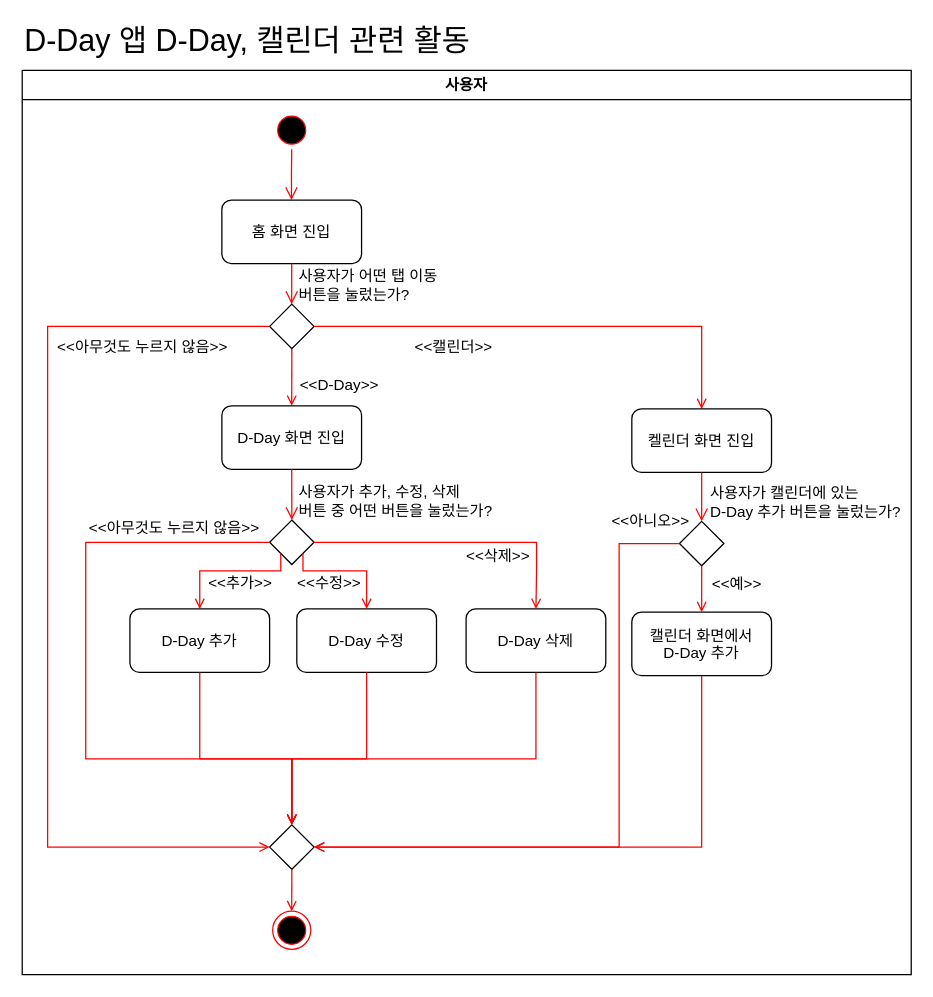
This is activity diagram - d-day+calender.drawio from baechuTree/softwareEngineering, a draw.io file, before an edit. Source tidied: cells renumbered, new cells numbered last; positions are measured from the earlier drawing's top-left corner, leaving out a move shared by most shapes. Both pictures are drawn from the tidied source at 127%, with x=0, y=0 at pixel (22, 22).
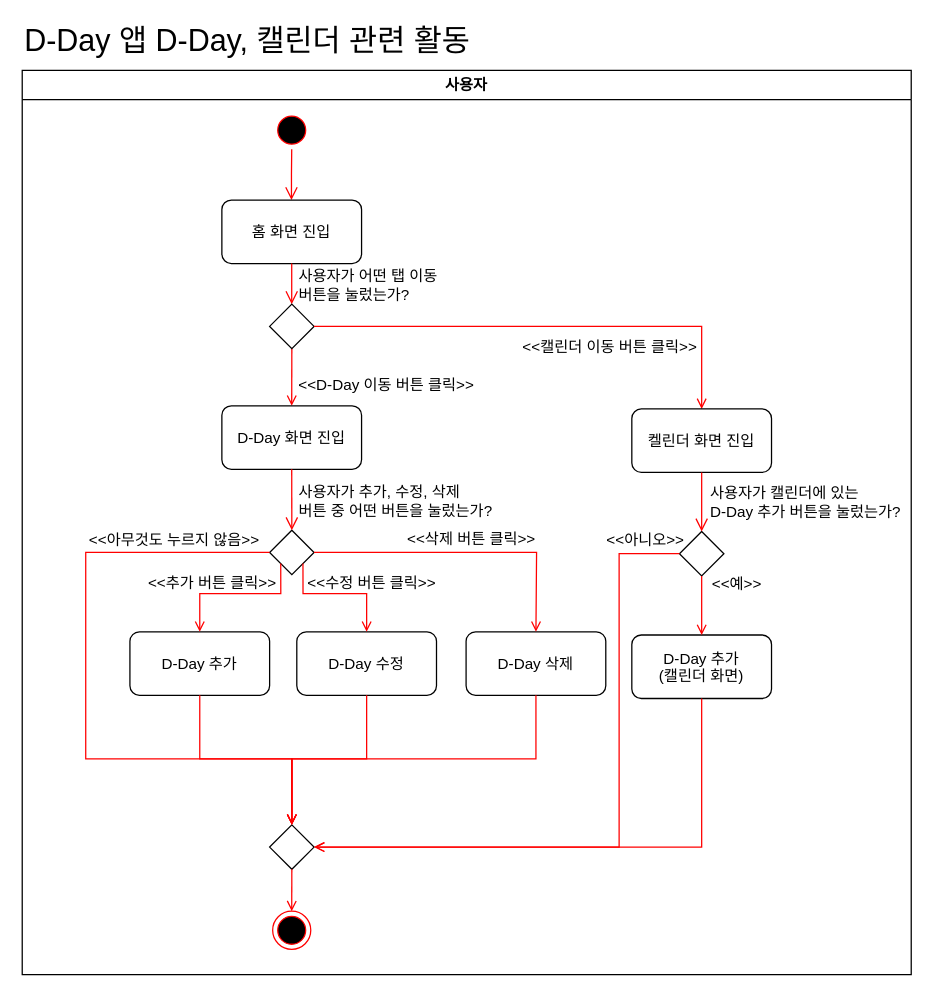
The same page after the edit.

The change refers to these unchanged cells:
```xml
<mxCell id="2" value="사용자" style="swimlane;whiteSpace=wrap;startSize=23;" parent="1" vertex="1">
  <mxGeometry y="38" width="700" height="712" as="geometry" />
</mxCell>
<mxCell id="11" style="rhombus;whiteSpace=wrap;html=1;" parent="2" vertex="1">
  <mxGeometry x="194.8" y="184" width="35" height="35" as="geometry" />
</mxCell>
<mxCell id="15" style="rhombus;whiteSpace=wrap;html=1;" parent="2" vertex="1">
  <mxGeometry x="194.8" y="594" width="35" height="35" as="geometry" />
</mxCell>
```

What changed in the source:
```diff
@@
-    <mxCell id="8" value="&amp;lt;&amp;lt;캘린더&amp;gt;&amp;gt;" style="text;html=1;align=center;verticalAlign=middle;whiteSpace=wrap;rounded=0;" parent="2" vertex="1">
-      <mxGeometry x="294.5" y="203" width="90" height="30" as="geometry" />
+    <mxCell id="8" value="&amp;lt;&amp;lt;캘린더 이동 버튼 클릭&amp;gt;&amp;gt;" style="text;html=1;align=center;verticalAlign=middle;whiteSpace=wrap;rounded=0;" parent="2" vertex="1">
+      <mxGeometry x="390" y="203" width="145.5" height="30" as="geometry" />
     </mxCell>
-    <mxCell id="9" value="&amp;lt;&amp;lt;D-Day&amp;gt;&amp;gt;" style="text;html=1;align=center;verticalAlign=middle;whiteSpace=wrap;rounded=0;" parent="2" vertex="1">
-      <mxGeometry x="204.5" y="233" width="90" height="30" as="geometry" />
-    </mxCell>
@@
-    <mxCell id="16" style="endArrow=open;strokeColor=#FF0000;endFill=1;rounded=0;entryX=0;entryY=0.5;entryDx=0;entryDy=0;exitX=0;exitY=0.5;exitDx=0;exitDy=0;edgeStyle=orthogonalEdgeStyle;" parent="2" edge="1" source="11" target="15">
-      <mxGeometry relative="1" as="geometry">
-        <Array as="points">
-          <mxPoint x="20" y="201" />
-          <mxPoint x="20" y="612" />
-          <mxPoint x="195" y="612" />
-        </Array>
-      </mxGeometry>
-    </mxCell>
     <mxCell id="17" style="rhombus;whiteSpace=wrap;html=1;" parent="2" vertex="1">
-      <mxGeometry x="194.8" y="354" width="35" height="35" as="geometry" />
+      <mxGeometry x="194.8" y="362" width="35" height="35" as="geometry" />
     </mxCell>
@@
     <mxCell id="19" value="D-Day 추가" style="rounded=1;" parent="2" vertex="1">
-      <mxGeometry x="84.8" y="424" width="110" height="50" as="geometry" />
+      <mxGeometry x="84.8" y="442" width="110" height="50" as="geometry" />
     </mxCell>
     <mxCell id="20" value="D-Day 수정" style="rounded=1;" parent="2" vertex="1">
-      <mxGeometry x="216.2" y="424" width="110" height="50" as="geometry" />
+      <mxGeometry x="216.2" y="442" width="110" height="50" as="geometry" />
     </mxCell>
     <mxCell id="21" value="D-Day 삭제" style="rounded=1;" parent="2" vertex="1">
-      <mxGeometry x="349.5" y="424" width="110" height="50" as="geometry" />
+      <mxGeometry x="349.5" y="442" width="110" height="50" as="geometry" />
     </mxCell>
     <mxCell id="22" style="endArrow=open;strokeColor=#FF0000;endFill=1;rounded=0;entryX=0.5;entryY=0;entryDx=0;entryDy=0;edgeStyle=orthogonalEdgeStyle;exitX=0;exitY=1;exitDx=0;exitDy=0;" parent="2" edge="1" source="17" target="19">
       <mxGeometry relative="1" as="geometry">
         <Array as="points">
-          <mxPoint x="204" y="394" />
-          <mxPoint x="140" y="394" />
+          <mxPoint x="203" y="412" />
+          <mxPoint x="140" y="412" />
         </Array>
       </mxGeometry>
     </mxCell>
     <mxCell id="23" style="endArrow=open;strokeColor=#FF0000;endFill=1;rounded=0;entryX=0.5;entryY=0;entryDx=0;entryDy=0;edgeStyle=orthogonalEdgeStyle;exitX=1;exitY=1;exitDx=0;exitDy=0;" parent="2" edge="1" source="17" target="20">
       <mxGeometry relative="1" as="geometry">
         <Array as="points">
-          <mxPoint x="221" y="394" />
-          <mxPoint x="271" y="394" />
-          <mxPoint x="271" y="424" />
+          <mxPoint x="221" y="412" />
+          <mxPoint x="271" y="412" />
         </Array>
       </mxGeometry>
     </mxCell>
     <mxCell id="24" style="endArrow=open;strokeColor=#FF0000;endFill=1;rounded=0;entryX=0.5;entryY=0;entryDx=0;entryDy=0;edgeStyle=orthogonalEdgeStyle;exitX=1;exitY=0.5;exitDx=0;exitDy=0;" parent="2" edge="1" source="17" target="21">
       <mxGeometry relative="1" as="geometry">
         <Array as="points">
-          <mxPoint x="405" y="372" />
-          <mxPoint x="405" y="394" />
+          <mxPoint x="405" y="380" />
+          <mxPoint x="405" y="380" />
         </Array>
       </mxGeometry>
     </mxCell>
     <mxCell id="25" style="endArrow=open;strokeColor=#FF0000;endFill=1;rounded=0;edgeStyle=orthogonalEdgeStyle;exitX=0;exitY=0.5;exitDx=0;exitDy=0;entryX=0.5;entryY=0;entryDx=0;entryDy=0;" parent="2" edge="1" source="17" target="15">
       <mxGeometry relative="1" as="geometry">
         <Array as="points">
-          <mxPoint x="50" y="372" />
+          <mxPoint x="50" y="380" />
           <mxPoint x="50" y="542" />
           <mxPoint x="212" y="542" />
         </Array>
       </mxGeometry>
     </mxCell>
     <mxCell id="26" value="&amp;lt;&amp;lt;아무것도 누르지 않음&amp;gt;&amp;gt;" style="text;html=1;align=center;verticalAlign=middle;whiteSpace=wrap;rounded=0;" parent="2" vertex="1">
-      <mxGeometry x="44.8" y="346" width="150" height="30" as="geometry" />
+      <mxGeometry x="44.8" y="355" width="150" height="30" as="geometry" />
     </mxCell>
-    <mxCell id="27" value="&amp;lt;&amp;lt;추가&amp;gt;&amp;gt;" style="text;html=1;align=center;verticalAlign=middle;whiteSpace=wrap;rounded=0;" parent="2" vertex="1">
-      <mxGeometry x="140.2" y="389" width="64.2" height="30" as="geometry" />
+    <mxCell id="27" value="&amp;lt;&amp;lt;추가 버튼 클릭&amp;gt;&amp;gt;" style="text;html=1;align=center;verticalAlign=middle;whiteSpace=wrap;rounded=0;" parent="2" vertex="1">
+      <mxGeometry x="94.8" y="389" width="109.8" height="30" as="geometry" />
     </mxCell>
-    <mxCell id="28" value="&amp;lt;&amp;lt;수정&amp;gt;&amp;gt;" style="text;html=1;align=center;verticalAlign=middle;whiteSpace=wrap;rounded=0;" parent="2" vertex="1">
-      <mxGeometry x="209.5" y="389" width="64.2" height="30" as="geometry" />
+    <mxCell id="28" value="&amp;lt;&amp;lt;수정 버튼 클릭&amp;gt;&amp;gt;" style="text;html=1;align=center;verticalAlign=middle;whiteSpace=wrap;rounded=0;" parent="2" vertex="1">
+      <mxGeometry x="220" y="389" width="110.5" height="30" as="geometry" />
     </mxCell>
-    <mxCell id="29" value="&amp;lt;&amp;lt;삭제&amp;gt;&amp;gt;" style="text;html=1;align=center;verticalAlign=middle;whiteSpace=wrap;rounded=0;" parent="2" vertex="1">
-      <mxGeometry x="342.5" y="368" width="64.2" height="30" as="geometry" />
+    <mxCell id="29" value="&amp;lt;&amp;lt;삭제 버튼 클릭&amp;gt;&amp;gt;" style="text;html=1;align=center;verticalAlign=middle;whiteSpace=wrap;rounded=0;" parent="2" vertex="1">
+      <mxGeometry x="300" y="354" width="107.5" height="30" as="geometry" />
     </mxCell>
@@
-    <mxCell id="36" value="&amp;lt;&amp;lt;아무것도 누르지 않음&amp;gt;&amp;gt;" style="text;html=1;align=center;verticalAlign=middle;whiteSpace=wrap;rounded=0;" parent="2" vertex="1">
-      <mxGeometry x="20" y="203" width="150" height="30" as="geometry" />
-    </mxCell>
     <mxCell id="37" style="rhombus;whiteSpace=wrap;html=1;" parent="2" vertex="1">
-      <mxGeometry x="517.5" y="355" width="35" height="35" as="geometry" />
+      <mxGeometry x="517.5" y="363" width="35" height="35" as="geometry" />
     </mxCell>
@@
     <mxCell id="40" style="endArrow=open;strokeColor=#FF0000;endFill=1;rounded=0;entryX=1;entryY=0.5;entryDx=0;entryDy=0;exitX=0;exitY=0.5;exitDx=0;exitDy=0;edgeStyle=orthogonalEdgeStyle;" parent="2" edge="1" source="37" target="15">
       <mxGeometry relative="1" as="geometry">
         <Array as="points">
-          <mxPoint x="470" y="373" />
-          <mxPoint x="470" y="611" />
+          <mxPoint x="470" y="380" />
+          <mxPoint x="470" y="612" />
         </Array>
       </mxGeometry>
     </mxCell>
     <mxCell id="41" value="&amp;lt;&amp;lt;아니오&amp;gt;&amp;gt;" style="text;html=1;align=center;verticalAlign=middle;whiteSpace=wrap;rounded=0;" parent="2" vertex="1">
-      <mxGeometry x="450" y="339.5" width="90" height="30" as="geometry" />
+      <mxGeometry x="445.5" y="355" width="90" height="30" as="geometry" />
     </mxCell>
@@
-    <mxCell id="43" value="캘린더 화면에서&#10;D-Day 추가" style="rounded=1;" parent="2" vertex="1">
-      <mxGeometry x="480" y="426.5" width="110" height="50" as="geometry" />
+    <mxCell id="43" value="D-Day 추가&#10;(캘린더 화면)" style="rounded=1;" parent="2" vertex="1">
+      <mxGeometry x="480" y="444.5" width="110" height="50" as="geometry" />
     </mxCell>
@@
+    <mxCell id="9" value="&amp;lt;&amp;lt;D-Day 이동 버튼 클릭&amp;gt;&amp;gt;" style="text;html=1;align=center;verticalAlign=middle;whiteSpace=wrap;rounded=0;" parent="1" vertex="1">
+      <mxGeometry x="208.5" y="271" width="155.5" height="30" as="geometry" />
+    </mxCell>
```
